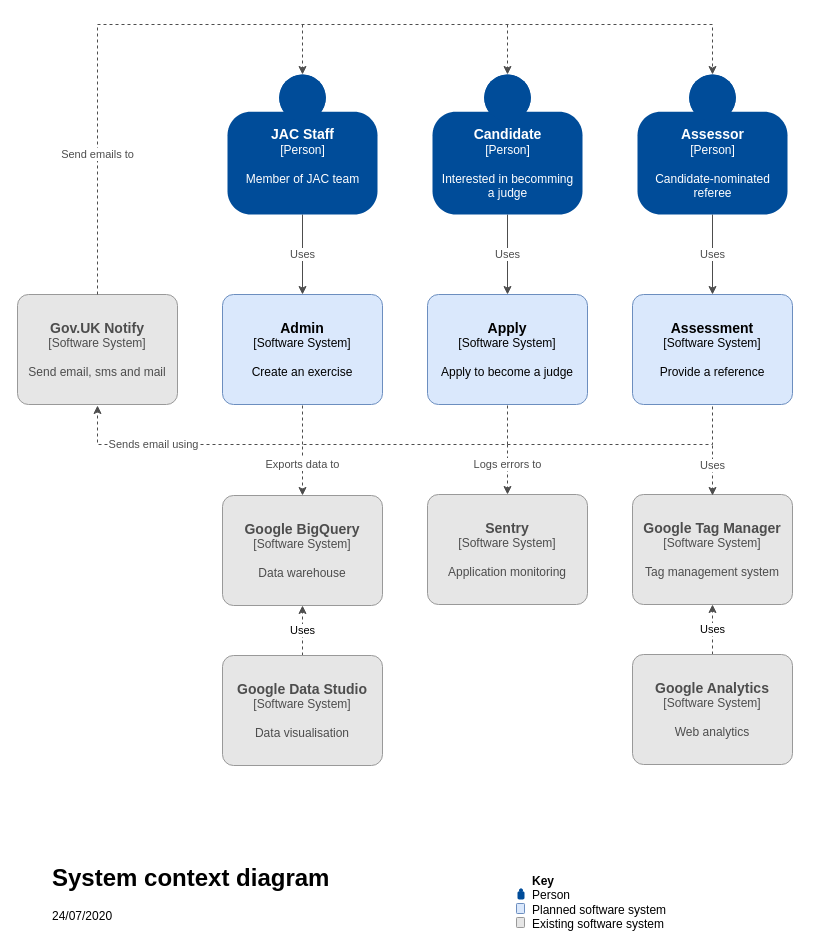
Before: page "Page-1" (1 of 2) of docs/jac-overview.drawio in jac-uk/documentation, a draw.io diagram. Source tidied: cells renumbered, new cells numbered last; positions are measured from the earlier drawing's top-left corner, leaving out a move shared by most shapes. Both pictures are drawn from the tidied source at 100%, with x=0, y=0 at pixel (17, 24).
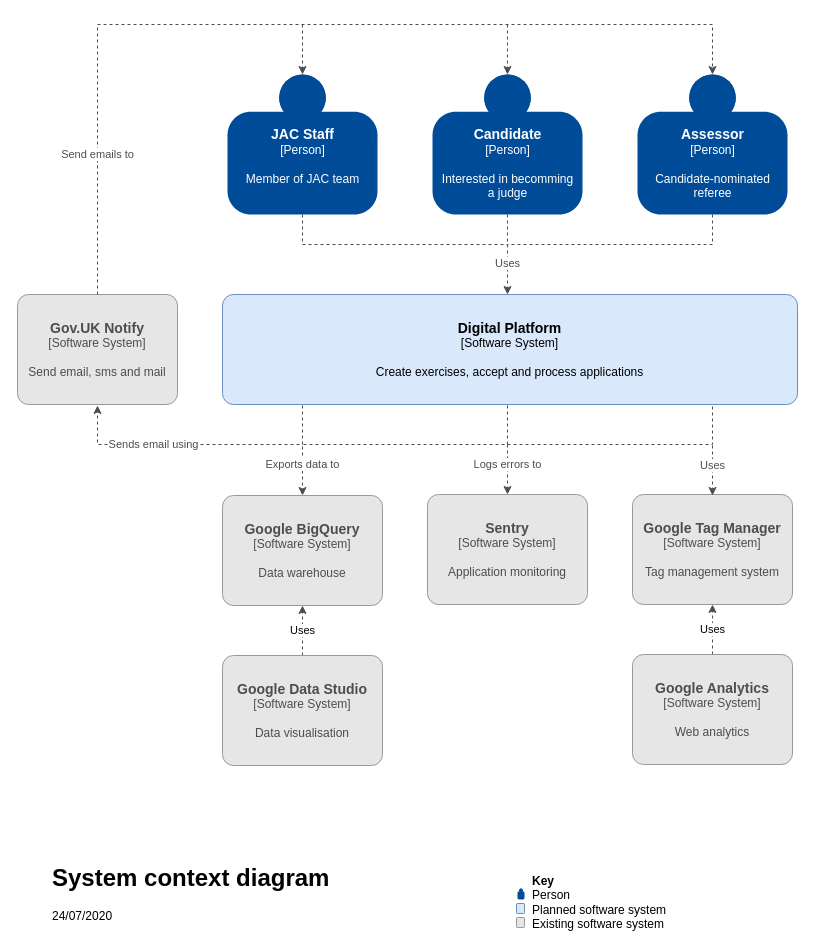
The same page after the edit.

The change refers to these unchanged cells:
```xml
<mxCell id="3" value="&lt;div&gt;&lt;font size=&quot;1&quot;&gt;&lt;b style=&quot;font-size: 14px&quot;&gt;JAC Staff&lt;/b&gt;&lt;/font&gt;&lt;/div&gt;&lt;div&gt;[Person]&lt;b&gt;&lt;br&gt;&lt;/b&gt;&lt;/div&gt;&lt;div&gt;&lt;b&gt;&lt;br&gt;&lt;/b&gt;&lt;/div&gt;&lt;div&gt;Member of JAC team&lt;/div&gt;&lt;div&gt;&lt;b&gt;&lt;br&gt;&lt;/b&gt;&lt;/div&gt;" style="html=1;dashed=0;whitespace=wrap;shape=mxgraph.c4.person;align=center;points=[[0.5,0,0],[1,0.5,0],[1,0.75,0],[0.75,1,0],[0.5,1,0],[0.25,1,0],[0,0.75,0],[0,0.5,0]];fillColor=#004C99;fontColor=#FFFFFF;strokeColor=none;" parent="1" vertex="1">
  <mxGeometry x="210" y="50" width="150" height="140" as="geometry" />
</mxCell>
<mxCell id="6" value="&lt;div&gt;&lt;font size=&quot;1&quot;&gt;&lt;b style=&quot;font-size: 14px&quot;&gt;Candidate&lt;/b&gt;&lt;/font&gt;&lt;/div&gt;&lt;div&gt;[Person]&lt;b&gt;&lt;br&gt;&lt;/b&gt;&lt;/div&gt;&lt;div&gt;&lt;b&gt;&lt;br&gt;&lt;/b&gt;&lt;/div&gt;&lt;div&gt;Interested in becomming&lt;/div&gt;&lt;div&gt; a judge&lt;b&gt;&lt;br&gt;&lt;/b&gt;&lt;/div&gt;" style="html=1;dashed=0;whitespace=wrap;shape=mxgraph.c4.person;align=center;points=[[0.5,0,0],[1,0.5,0],[1,0.75,0],[0.75,1,0],[0.5,1,0],[0.25,1,0],[0,0.75,0],[0,0.5,0]];fillColor=#004C99;fontColor=#FFFFFF;strokeColor=none;" parent="1" vertex="1">
  <mxGeometry x="415" y="50" width="150" height="140" as="geometry" />
</mxCell>
<mxCell id="8" value="&lt;div&gt;&lt;font size=&quot;1&quot;&gt;&lt;b style=&quot;font-size: 14px&quot;&gt;Assessor&lt;/b&gt;&lt;/font&gt;&lt;/div&gt;&lt;div&gt;[Person]&lt;b&gt;&lt;br&gt;&lt;/b&gt;&lt;/div&gt;&lt;div&gt;&lt;b&gt;&lt;br&gt;&lt;/b&gt;&lt;/div&gt;&lt;div&gt;Candidate-nominated &lt;br&gt;&lt;/div&gt;&lt;div&gt;referee&lt;b&gt;&lt;br&gt;&lt;/b&gt;&lt;/div&gt;" style="html=1;dashed=0;whitespace=wrap;shape=mxgraph.c4.person;align=center;points=[[0.5,0,0],[1,0.5,0],[1,0.75,0],[0.75,1,0],[0.5,1,0],[0.25,1,0],[0,0.75,0],[0,0.5,0]];fillColor=#004C99;fontColor=#FFFFFF;strokeColor=none;" parent="1" vertex="1">
  <mxGeometry x="620" y="50" width="150" height="140" as="geometry" />
</mxCell>
```

What changed in the source:
```diff
@@
-    <mxCell id="2" value="Uses" style="edgeStyle=orthogonalEdgeStyle;rounded=0;jettySize=auto;html=1;strokeColor=#4D4D4D;fontColor=#4D4D4D;" parent="1" edge="1" source="3" target="9">
-      <mxGeometry relative="1" as="geometry" />
+    <mxCell id="2" style="edgeStyle=orthogonalEdgeStyle;rounded=0;jettySize=auto;html=1;strokeColor=#4D4D4D;fontColor=#4D4D4D;endArrow=none;endFill=0;dashed=1;" parent="1" edge="1" source="3">
+      <mxGeometry relative="1" as="geometry">
+        <mxPoint x="490" y="220" as="targetPoint" />
+        <Array as="points">
+          <mxPoint x="285" y="200" />
+          <mxPoint x="285" y="200" />
+        </Array>
+      </mxGeometry>
     </mxCell>
@@
-    <mxCell id="5" value="&lt;div&gt;Uses&lt;/div&gt;" style="edgeStyle=orthogonalEdgeStyle;rounded=0;jettySize=auto;html=1;strokeColor=#4D4D4D;fontColor=#4D4D4D;" parent="1" edge="1" source="6" target="11">
-      <mxGeometry relative="1" as="geometry" />
+    <mxCell id="5" value="&lt;div&gt;Uses&lt;/div&gt;" style="edgeStyle=orthogonalEdgeStyle;rounded=0;jettySize=auto;html=1;strokeColor=#4D4D4D;fontColor=#4D4D4D;dashed=1;" parent="1" edge="1" source="6">
+      <mxGeometry x="0.25" relative="1" as="geometry">
+        <mxPoint x="490" y="270" as="targetPoint" />
+      </mxGeometry>
     </mxCell>
@@
-    <mxCell id="7" value="&lt;div&gt;Uses&lt;/div&gt;" style="edgeStyle=orthogonalEdgeStyle;rounded=0;jettySize=auto;html=1;strokeColor=#4D4D4D;fontColor=#4D4D4D;" parent="1" edge="1" source="8" target="12">
-      <mxGeometry relative="1" as="geometry" />
+    <mxCell id="7" style="edgeStyle=orthogonalEdgeStyle;rounded=0;jettySize=auto;html=1;strokeColor=#4D4D4D;fontColor=#4D4D4D;endArrow=none;endFill=0;dashed=1;" parent="1" edge="1" source="8">
+      <mxGeometry relative="1" as="geometry">
+        <mxPoint x="490" y="220" as="targetPoint" />
+        <Array as="points">
+          <mxPoint x="695" y="220" />
+        </Array>
+      </mxGeometry>
     </mxCell>
@@
-    <mxCell id="9" value="&lt;font size=&quot;1&quot;&gt;&lt;b style=&quot;font-size: 14px&quot;&gt;Admin&lt;/b&gt;&lt;/font&gt;&lt;div&gt;[Software System]&lt;/div&gt;&lt;br&gt;&lt;div&gt;Create an exercise&lt;br&gt;&lt;/div&gt;" style="rounded=1;whiteSpace=wrap;html=1;labelBackgroundColor=none;fillColor=#dae8fc;fontColor=#000000;align=center;arcSize=10;strokeColor=#6c8ebf;points=[[0.25,0,0],[0.5,0,0],[0.75,0,0],[1,0.25,0],[1,0.5,0],[1,0.75,0],[0.75,1,0],[0.5,1,0],[0.25,1,0],[0,0.75,0],[0,0.5,0],[0,0.25,0]];" parent="1" vertex="1">
-      <mxGeometry x="205" y="270" width="160" height="110" as="geometry" />
+    <mxCell id="9" value="&lt;font size=&quot;1&quot;&gt;&lt;b style=&quot;font-size: 14px&quot;&gt;Digital Platform&lt;br&gt;&lt;/b&gt;&lt;/font&gt;&lt;div&gt;[Software System]&lt;/div&gt;&lt;br&gt;&lt;div&gt;Create exercises, accept and process applications&lt;br&gt;&lt;/div&gt;" style="rounded=1;whiteSpace=wrap;html=1;labelBackgroundColor=none;fillColor=#dae8fc;fontColor=#000000;align=center;arcSize=10;strokeColor=#6c8ebf;points=[[0.25,0,0],[0.5,0,0],[0.75,0,0],[1,0.25,0],[1,0.5,0],[1,0.75,0],[0.75,1,0],[0.5,1,0],[0.25,1,0],[0,0.75,0],[0,0.5,0],[0,0.25,0]];" parent="1" vertex="1">
+      <mxGeometry x="205" y="270" width="575" height="110" as="geometry" />
     </mxCell>
@@
-    <mxCell id="11" value="&lt;font size=&quot;1&quot;&gt;&lt;b style=&quot;font-size: 14px&quot;&gt;Apply&lt;/b&gt;&lt;/font&gt;&lt;div&gt;[Software System]&lt;/div&gt;&lt;br&gt;&lt;div&gt;Apply to become a judge&lt;/div&gt;" style="rounded=1;whiteSpace=wrap;html=1;labelBackgroundColor=none;fillColor=#dae8fc;fontColor=#000000;align=center;arcSize=10;strokeColor=#6c8ebf;points=[[0.25,0,0],[0.5,0,0],[0.75,0,0],[1,0.25,0],[1,0.5,0],[1,0.75,0],[0.75,1,0],[0.5,1,0],[0.25,1,0],[0,0.75,0],[0,0.5,0],[0,0.25,0]];" parent="1" vertex="1">
-      <mxGeometry x="410" y="270" width="160" height="110" as="geometry" />
-    </mxCell>
-    <mxCell id="12" value="&lt;font size=&quot;1&quot;&gt;&lt;b style=&quot;font-size: 14px&quot;&gt;Assessment&lt;/b&gt;&lt;/font&gt;&lt;div&gt;[Software System]&lt;/div&gt;&lt;br&gt;&lt;div&gt;Provide a reference&lt;/div&gt;" style="rounded=1;whiteSpace=wrap;html=1;labelBackgroundColor=none;fillColor=#dae8fc;fontColor=#000000;align=center;arcSize=10;strokeColor=#6c8ebf;points=[[0.25,0,0],[0.5,0,0],[0.75,0,0],[1,0.25,0],[1,0.5,0],[1,0.75,0],[0.75,1,0],[0.5,1,0],[0.25,1,0],[0,0.75,0],[0,0.5,0],[0,0.25,0]];" parent="1" vertex="1">
-      <mxGeometry x="615" y="270" width="160" height="110" as="geometry" />
-    </mxCell>
@@
-    <mxCell id="14" style="endArrow=none;html=1;entryX=0.5;entryY=1;entryDx=0;entryDy=0;entryPerimeter=0;rounded=0;dashed=1;strokeColor=#4D4D4D;fontColor=#4D4D4D;" parent="1" edge="1" target="12">
+    <mxCell id="14" style="endArrow=none;html=1;entryX=0.5;entryY=1;entryDx=0;entryDy=0;entryPerimeter=0;rounded=0;dashed=1;strokeColor=#4D4D4D;fontColor=#4D4D4D;" parent="1" edge="1">
       <mxGeometry relative="1" as="geometry">
         <mxPoint x="490" y="420" as="sourcePoint" />
+        <mxPoint x="695" y="380" as="targetPoint" />
         <Array as="points">
           <mxPoint x="695" y="420" />
         </Array>
       </mxGeometry>
     </mxCell>
```
